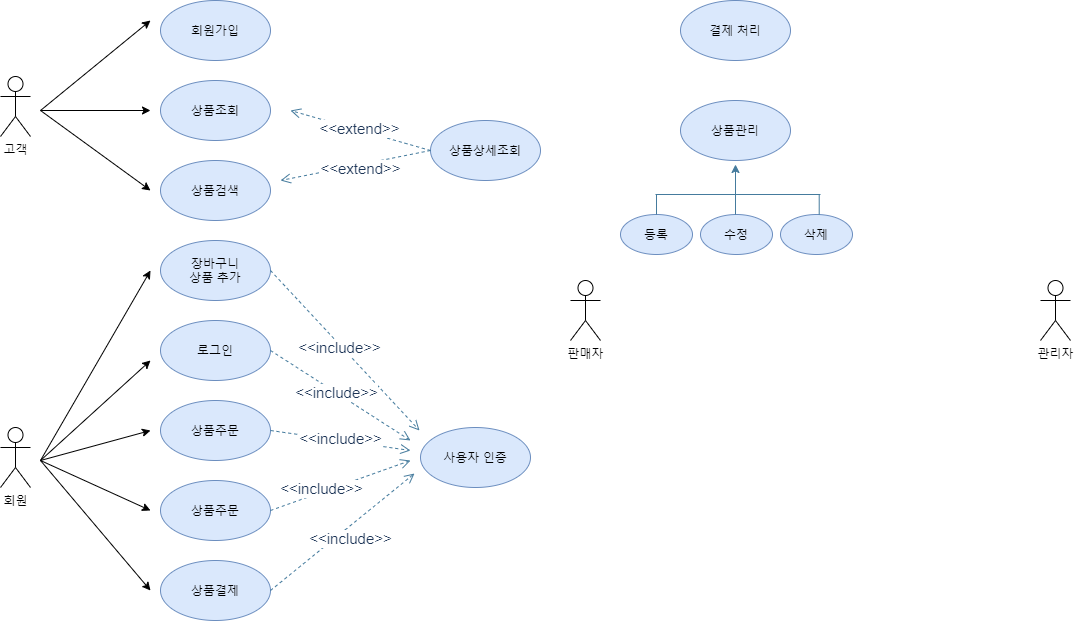
osiris0607/Project keeps this draw.io diagram as Actor Diagram.png. Above is the earlier version. Source tidied: cells renumbered, new cells last; positions are measured from the earlier drawing's top-left corner, leaving out a move shared by most shapes.
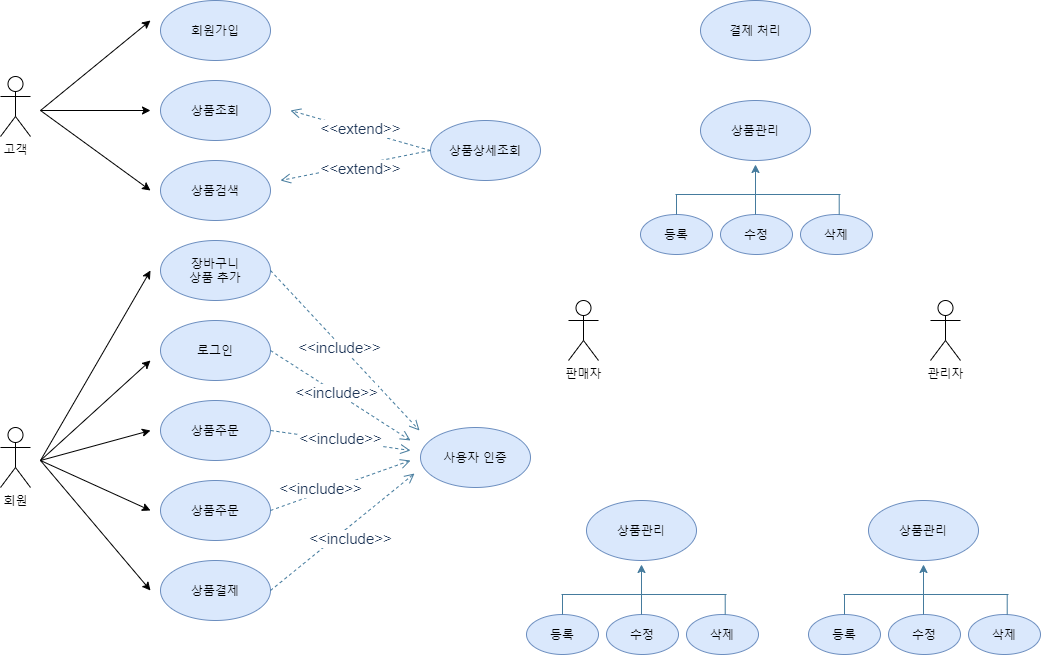
The same file after the commit.

What changed in the source:
```diff
@@ -9,7 +9,7 @@
       <mxGeometry y="427" width="30" height="60" as="geometry" />
     </mxCell>
     <mxCell id="4" value="관리자" style="shape=umlActor;verticalLabelPosition=bottom;verticalAlign=top;html=1;" parent="1" vertex="1">
-      <mxGeometry x="1040" y="280" width="30" height="60" as="geometry" />
+      <mxGeometry x="930" y="300" width="30" height="60" as="geometry" />
     </mxCell>
     <mxCell id="5" value="회원가입" style="ellipse;whiteSpace=wrap;html=1;fillColor=#dae8fc;strokeColor=#6c8ebf;" parent="1" vertex="1">
       <mxGeometry x="160" width="110" height="60" as="geometry" />
@@ -127,45 +127,115 @@
       </mxGeometry>
     </mxCell>
     <mxCell id="30" value="판매자" style="shape=umlActor;verticalLabelPosition=bottom;verticalAlign=top;html=1;" parent="1" vertex="1">
-      <mxGeometry x="570" y="280" width="30" height="60" as="geometry" />
+      <mxGeometry x="568" y="300" width="30" height="60" as="geometry" />
     </mxCell>
     <mxCell id="31" value="결제 처리" style="ellipse;whiteSpace=wrap;html=1;fillColor=#dae8fc;strokeColor=#6c8ebf;" parent="1" vertex="1">
-      <mxGeometry x="680" width="110" height="60" as="geometry" />
+      <mxGeometry x="700" width="110" height="60" as="geometry" />
     </mxCell>
     <mxCell id="32" value="상품관리" style="ellipse;whiteSpace=wrap;html=1;fillColor=#dae8fc;strokeColor=#6c8ebf;" parent="1" vertex="1">
-      <mxGeometry x="680" y="100" width="110" height="60" as="geometry" />
+      <mxGeometry x="700" y="100" width="110" height="60" as="geometry" />
     </mxCell>
     <mxCell id="33" value="등록" style="ellipse;whiteSpace=wrap;html=1;fillColor=#dae8fc;strokeColor=#6c8ebf;" parent="1" vertex="1">
-      <mxGeometry x="620" y="214" width="72" height="40" as="geometry" />
+      <mxGeometry x="640" y="214" width="72" height="40" as="geometry" />
     </mxCell>
     <mxCell id="34" value="수정" style="ellipse;whiteSpace=wrap;html=1;fillColor=#dae8fc;strokeColor=#6c8ebf;" parent="1" vertex="1">
-      <mxGeometry x="700" y="214" width="72" height="40" as="geometry" />
+      <mxGeometry x="720" y="214" width="72" height="40" as="geometry" />
     </mxCell>
     <mxCell id="35" value="삭제" style="ellipse;whiteSpace=wrap;html=1;fillColor=#dae8fc;strokeColor=#6c8ebf;" parent="1" vertex="1">
-      <mxGeometry x="780" y="214" width="72" height="40" as="geometry" />
+      <mxGeometry x="800" y="214" width="72" height="40" as="geometry" />
     </mxCell>
     <mxCell id="36" style="endArrow=none;html=1;strokeColor=#457B9D;fillColor=#A8DADC;fontColor=#1D3557;" parent="1" edge="1">
       <mxGeometry relative="1" as="geometry">
-        <mxPoint x="655" y="194" as="sourcePoint" />
-        <mxPoint x="820" y="194" as="targetPoint" />
+        <mxPoint x="675" y="194" as="sourcePoint" />
+        <mxPoint x="840" y="194" as="targetPoint" />
       </mxGeometry>
     </mxCell>
     <mxCell id="37" style="endArrow=none;html=1;strokeColor=#457B9D;fillColor=#A8DADC;fontColor=#1D3557;exitX=0.5;exitY=0;exitDx=0;exitDy=0;" parent="1" edge="1" source="33">
       <mxGeometry relative="1" as="geometry">
-        <mxPoint x="656" y="194" as="targetPoint" />
+        <mxPoint x="676" y="194" as="targetPoint" />
       </mxGeometry>
     </mxCell>
     <mxCell id="38" style="endArrow=none;html=1;strokeColor=#457B9D;fillColor=#A8DADC;fontColor=#1D3557;exitX=0.5;exitY=0;exitDx=0;exitDy=0;" parent="1" edge="1">
       <mxGeometry relative="1" as="geometry">
-        <mxPoint x="818.7" y="214" as="sourcePoint" />
-        <mxPoint x="818.7" y="194" as="targetPoint" />
+        <mxPoint x="838.7" y="214" as="sourcePoint" />
+        <mxPoint x="838.7" y="194" as="targetPoint" />
       </mxGeometry>
     </mxCell>
     <mxCell id="39" style="endArrow=classic;html=1;strokeColor=#457B9D;fillColor=#A8DADC;fontColor=#1D3557;entryX=0.5;entryY=1;entryDx=0;entryDy=0;" parent="1" edge="1">
       <mxGeometry relative="1" as="geometry">
-        <mxPoint x="735" y="214" as="sourcePoint" />
-        <mxPoint x="735" y="164" as="targetPoint" />
+        <mxPoint x="755" y="214" as="sourcePoint" />
+        <mxPoint x="755" y="164" as="targetPoint" />
       </mxGeometry>
     </mxCell>
+    <mxCell id="40" value="상품관리" style="ellipse;whiteSpace=wrap;html=1;fillColor=#dae8fc;strokeColor=#6c8ebf;" parent="1" vertex="1">
+      <mxGeometry x="586" y="500" width="110" height="60" as="geometry" />
+    </mxCell>
+    <mxCell id="41" value="등록" style="ellipse;whiteSpace=wrap;html=1;fillColor=#dae8fc;strokeColor=#6c8ebf;" parent="1" vertex="1">
+      <mxGeometry x="526" y="614" width="72" height="40" as="geometry" />
+    </mxCell>
+    <mxCell id="42" value="수정" style="ellipse;whiteSpace=wrap;html=1;fillColor=#dae8fc;strokeColor=#6c8ebf;" parent="1" vertex="1">
+      <mxGeometry x="606" y="614" width="72" height="40" as="geometry" />
+    </mxCell>
+    <mxCell id="43" value="삭제" style="ellipse;whiteSpace=wrap;html=1;fillColor=#dae8fc;strokeColor=#6c8ebf;" parent="1" vertex="1">
+      <mxGeometry x="686" y="614" width="72" height="40" as="geometry" />
+    </mxCell>
+    <mxCell id="44" style="endArrow=none;html=1;strokeColor=#457B9D;fillColor=#A8DADC;fontColor=#1D3557;" parent="1" edge="1">
+      <mxGeometry relative="1" as="geometry">
+        <mxPoint x="561" y="594" as="sourcePoint" />
+        <mxPoint x="726" y="594" as="targetPoint" />
+      </mxGeometry>
+    </mxCell>
+    <mxCell id="45" style="endArrow=none;html=1;strokeColor=#457B9D;fillColor=#A8DADC;fontColor=#1D3557;exitX=0.5;exitY=0;exitDx=0;exitDy=0;" parent="1" edge="1" source="41">
+      <mxGeometry relative="1" as="geometry">
+        <mxPoint x="562" y="594" as="targetPoint" />
+      </mxGeometry>
+    </mxCell>
+    <mxCell id="46" style="endArrow=none;html=1;strokeColor=#457B9D;fillColor=#A8DADC;fontColor=#1D3557;exitX=0.5;exitY=0;exitDx=0;exitDy=0;" parent="1" edge="1">
+      <mxGeometry relative="1" as="geometry">
+        <mxPoint x="724.7" y="614" as="sourcePoint" />
+        <mxPoint x="724.7" y="594" as="targetPoint" />
+      </mxGeometry>
+    </mxCell>
+    <mxCell id="47" style="endArrow=classic;html=1;strokeColor=#457B9D;fillColor=#A8DADC;fontColor=#1D3557;entryX=0.5;entryY=1;entryDx=0;entryDy=0;" parent="1" edge="1">
+      <mxGeometry relative="1" as="geometry">
+        <mxPoint x="641" y="614" as="sourcePoint" />
+        <mxPoint x="641" y="564" as="targetPoint" />
+      </mxGeometry>
+    </mxCell>
+    <mxCell id="48" value="상품관리" style="ellipse;whiteSpace=wrap;html=1;fillColor=#dae8fc;strokeColor=#6c8ebf;" parent="1" vertex="1">
+      <mxGeometry x="868" y="500" width="110" height="60" as="geometry" />
+    </mxCell>
+    <mxCell id="49" value="등록" style="ellipse;whiteSpace=wrap;html=1;fillColor=#dae8fc;strokeColor=#6c8ebf;" parent="1" vertex="1">
+      <mxGeometry x="808" y="614" width="72" height="40" as="geometry" />
+    </mxCell>
+    <mxCell id="50" value="수정" style="ellipse;whiteSpace=wrap;html=1;fillColor=#dae8fc;strokeColor=#6c8ebf;" parent="1" vertex="1">
+      <mxGeometry x="888" y="614" width="72" height="40" as="geometry" />
+    </mxCell>
+    <mxCell id="51" value="삭제" style="ellipse;whiteSpace=wrap;html=1;fillColor=#dae8fc;strokeColor=#6c8ebf;" parent="1" vertex="1">
+      <mxGeometry x="968" y="614" width="72" height="40" as="geometry" />
+    </mxCell>
+    <mxCell id="52" style="endArrow=none;html=1;strokeColor=#457B9D;fillColor=#A8DADC;fontColor=#1D3557;" parent="1" edge="1">
+      <mxGeometry relative="1" as="geometry">
+        <mxPoint x="843" y="594" as="sourcePoint" />
+        <mxPoint x="1008" y="594" as="targetPoint" />
+      </mxGeometry>
+    </mxCell>
+    <mxCell id="53" style="endArrow=none;html=1;strokeColor=#457B9D;fillColor=#A8DADC;fontColor=#1D3557;exitX=0.5;exitY=0;exitDx=0;exitDy=0;" parent="1" edge="1" source="49">
+      <mxGeometry relative="1" as="geometry">
+        <mxPoint x="844" y="594" as="targetPoint" />
+      </mxGeometry>
+    </mxCell>
+    <mxCell id="54" style="endArrow=none;html=1;strokeColor=#457B9D;fillColor=#A8DADC;fontColor=#1D3557;exitX=0.5;exitY=0;exitDx=0;exitDy=0;" parent="1" edge="1">
+      <mxGeometry relative="1" as="geometry">
+        <mxPoint x="1006.7" y="614" as="sourcePoint" />
+        <mxPoint x="1006.7" y="594" as="targetPoint" />
+      </mxGeometry>
+    </mxCell>
+    <mxCell id="55" style="endArrow=classic;html=1;strokeColor=#457B9D;fillColor=#A8DADC;fontColor=#1D3557;entryX=0.5;entryY=1;entryDx=0;entryDy=0;" parent="1" edge="1">
+      <mxGeometry relative="1" as="geometry">
+        <mxPoint x="923" y="614" as="sourcePoint" />
+        <mxPoint x="923" y="564" as="targetPoint" />
+      </mxGeometry>
+    </mxCell>
   </root>
 </mxGraphModel>
```
